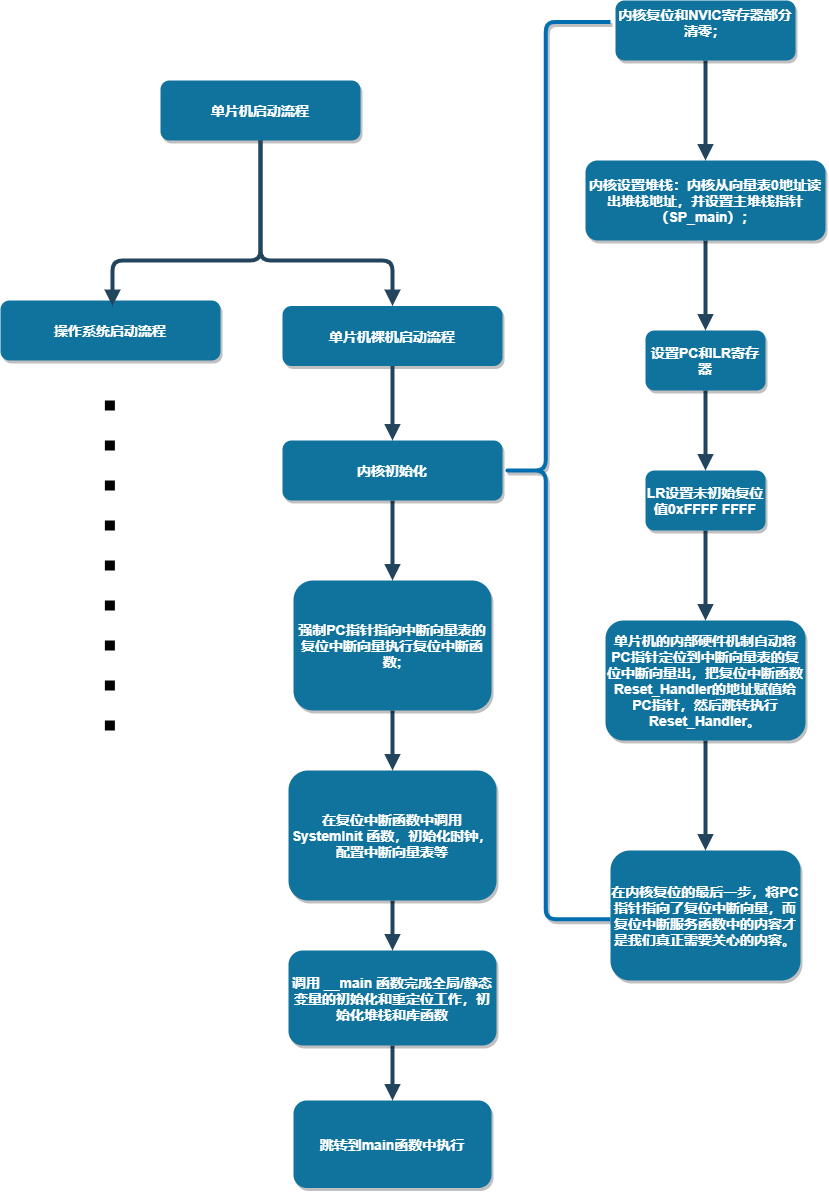
The draw.io diagram 启动流程.png in chenxi123-byte/51-Single-chip, before a commit. Source tidied: cells renumbered, new cells last; positions are measured from the earlier drawing's top-left corner, leaving out a move shared by most shapes.
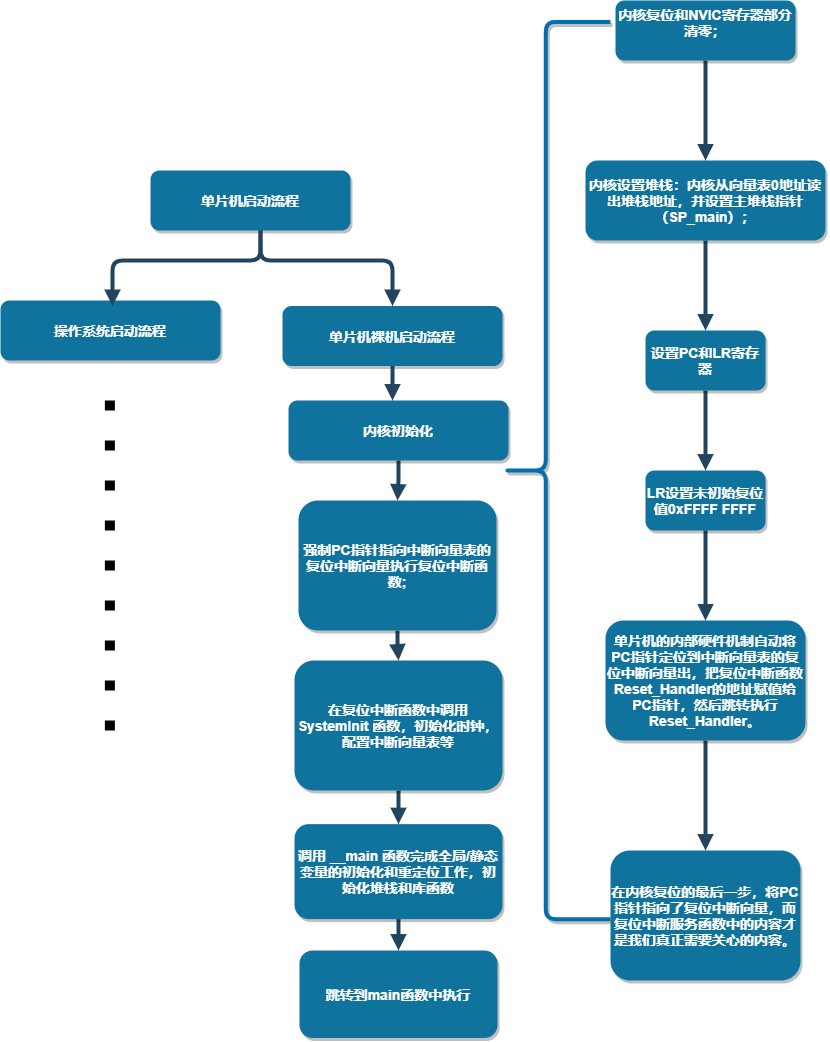
Later version of the same file.

Diff of the diagram source:
```diff
@@ -3,7 +3,7 @@
     <mxCell id="0" />
     <mxCell id="1" parent="0" />
     <mxCell id="2" value="单片机启动流程" style="rounded=1;fillColor=#10739E;strokeColor=none;shadow=1;gradientColor=none;fontStyle=1;fontColor=#FFFFFF;fontSize=14;" parent="1" vertex="1">
-      <mxGeometry x="160" y="80" width="200" height="60" as="geometry" />
+      <mxGeometry x="150" y="170" width="200" height="60" as="geometry" />
     </mxCell>
     <mxCell id="3" value="单片机裸机启动流程" style="rounded=1;fillColor=#10739E;strokeColor=none;shadow=1;gradientColor=none;fontStyle=1;fontColor=#FFFFFF;fontSize=14;" parent="1" vertex="1">
       <mxGeometry x="282" y="305.5" width="220" height="60" as="geometry" />
@@ -17,9 +17,8 @@
         </Array>
       </mxGeometry>
     </mxCell>
-    <mxCell id="5" style="edgeStyle=elbowEdgeStyle;elbow=vertical;strokeWidth=4;endArrow=block;endFill=1;fontStyle=1;strokeColor=#23445D;" parent="1" edge="1" source="3">
+    <mxCell id="5" style="edgeStyle=elbowEdgeStyle;elbow=vertical;strokeWidth=4;endArrow=block;endFill=1;fontStyle=1;strokeColor=#23445D;" parent="1" edge="1" source="3" target="9">
       <mxGeometry x="492" y="125.5" as="geometry">
-        <mxPoint x="392" y="440" as="targetPoint" />
         <Array as="points">
           <mxPoint x="392" y="440" />
         </Array>
@@ -45,7 +44,7 @@
       <mxGeometry relative="1" as="geometry" />
     </mxCell>
     <mxCell id="9" value="内核初始化" style="rounded=1;fillColor=#10739E;strokeColor=none;shadow=1;gradientColor=none;fontStyle=1;fontColor=#FFFFFF;fontSize=14;" parent="1" vertex="1">
-      <mxGeometry x="282" y="440" width="220" height="60" as="geometry" />
+      <mxGeometry x="288" y="400" width="220" height="60" as="geometry" />
     </mxCell>
     <mxCell id="10" style="edgeStyle=elbowEdgeStyle;shape=connector;rounded=1;jettySize=auto;elbow=vertical;html=1;labelBackgroundColor=default;fontFamily=Helvetica;fontSize=11;fontColor=default;endArrow=block;endFill=1;strokeColor=#23445D;strokeWidth=4;" parent="1" edge="1" source="11" target="13">
       <mxGeometry relative="1" as="geometry" />
@@ -87,22 +86,22 @@
       <mxGeometry relative="1" as="geometry" />
     </mxCell>
     <mxCell id="23" value="强制PC指针指向中断向量表的复位中断向量执行复位中断函数;" style="whiteSpace=wrap;html=1;fontSize=14;fillColor=#10739E;strokeColor=none;fontColor=#FFFFFF;rounded=1;shadow=1;gradientColor=none;fontStyle=1;" parent="1" vertex="1">
-      <mxGeometry x="293" y="580" width="198" height="130" as="geometry" />
+      <mxGeometry x="298" y="500" width="198" height="130" as="geometry" />
     </mxCell>
     <mxCell id="24" style="edgeStyle=elbowEdgeStyle;shape=connector;rounded=1;jettySize=auto;elbow=vertical;html=1;labelBackgroundColor=default;fontFamily=Helvetica;fontSize=11;fontColor=default;endArrow=block;endFill=1;strokeColor=#23445D;strokeWidth=4;" parent="1" edge="1" source="25" target="27">
       <mxGeometry relative="1" as="geometry" />
     </mxCell>
     <mxCell id="25" value="在复位中断函数中调用 SystemInit 函数，初始化时钟，配置中断向量表等" style="whiteSpace=wrap;html=1;fontSize=14;fillColor=#10739E;strokeColor=none;fontColor=#FFFFFF;rounded=1;shadow=1;gradientColor=none;fontStyle=1;" parent="1" vertex="1">
-      <mxGeometry x="288" y="770" width="208" height="130" as="geometry" />
+      <mxGeometry x="294" y="660" width="208" height="130" as="geometry" />
     </mxCell>
     <mxCell id="26" style="edgeStyle=elbowEdgeStyle;shape=connector;rounded=1;jettySize=auto;elbow=vertical;html=1;labelBackgroundColor=default;fontFamily=Helvetica;fontSize=11;fontColor=default;endArrow=block;endFill=1;strokeColor=#23445D;strokeWidth=4;" parent="1" edge="1" source="27" target="28">
       <mxGeometry relative="1" as="geometry" />
     </mxCell>
     <mxCell id="27" value="调用 __main 函数完成全局/静态变量的初始化和重定位工作，初始化堆栈和库函数" style="whiteSpace=wrap;html=1;fontSize=14;fillColor=#10739E;strokeColor=none;fontColor=#FFFFFF;rounded=1;shadow=1;gradientColor=none;fontStyle=1;" parent="1" vertex="1">
-      <mxGeometry x="288" y="950" width="208" height="95" as="geometry" />
+      <mxGeometry x="294" y="823.6" width="208" height="95" as="geometry" />
     </mxCell>
     <mxCell id="28" value="跳转到main函数中执行" style="whiteSpace=wrap;html=1;fontSize=14;fillColor=#10739E;strokeColor=none;fontColor=#FFFFFF;rounded=1;shadow=1;gradientColor=none;fontStyle=1;" parent="1" vertex="1">
-      <mxGeometry x="293" y="1100" width="198" height="87.5" as="geometry" />
+      <mxGeometry x="299" y="950" width="198" height="87.5" as="geometry" />
     </mxCell>
     <mxCell id="29" style="endArrow=none;dashed=1;html=1;dashPattern=1 3;strokeWidth=10;rounded=1;labelBackgroundColor=default;fontFamily=Helvetica;fontSize=100;fontColor=default;shape=connector;elbow=vertical;" parent="1" edge="1">
       <mxGeometry relative="1" as="geometry">
```
